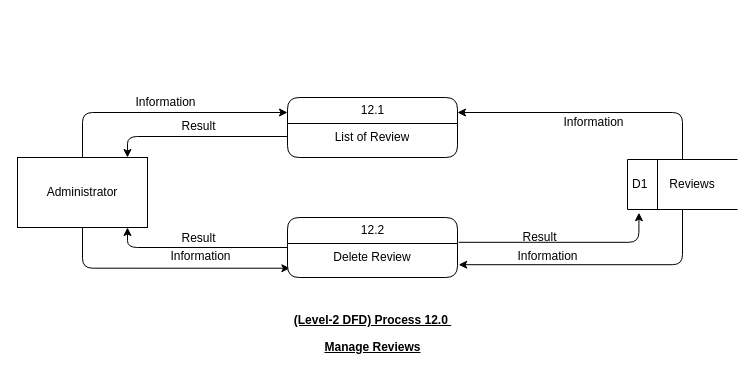
vanluong94/aptech-doccure keeps this draw.io diagram as page "12.0" (6 of 7) of resources/dfd/Admin/DFD-Admin.drawio. Above is the earlier version. Source tidied: cells renumbered, new cells numbered last; positions are measured from the earlier drawing's top-left corner, leaving out a move shared by most shapes. Both pictures are drawn from the tidied source at 100%, with x=0, y=0 at pixel (17, 97).
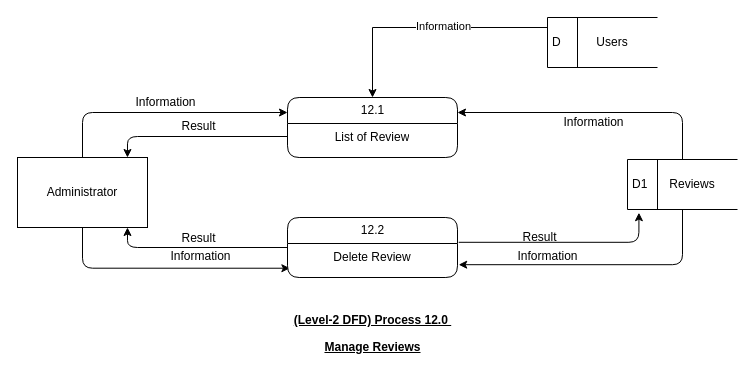
Above is the later version.

The change refers to these unchanged cells:
```xml
<mxCell id="4" value="12.1" style="swimlane;html=1;fontStyle=0;horizontal=1;startSize=26;swimlaneFillColor=#ffffff;align=center;shadow=0;comic=0;labelBackgroundColor=none;strokeWidth=1;fontFamily=Helvetica;fontSize=12;fontColor=#000000;rounded=1;" parent="1" vertex="1">
  <mxGeometry x="270" width="170" height="60" as="geometry" />
</mxCell>
```

The edit, as a diff of the source:
```diff
@@
+    <mxCell id="19" style="edgeStyle=orthogonalEdgeStyle;rounded=0;jettySize=auto;html=1;entryX=0.5;entryY=0;entryDx=0;entryDy=0;" parent="1" edge="1" source="21" target="4">
+      <mxGeometry relative="1" as="geometry">
+        <Array as="points">
+          <mxPoint x="355" y="-70" />
+        </Array>
+      </mxGeometry>
+    </mxCell>
+    <mxCell id="20" value="Information" style="edgeLabel;html=1;align=center;verticalAlign=middle;" parent="19" vertex="1">
+      <mxGeometry x="-0.14" y="-2" relative="1" as="geometry" />
+    </mxCell>
+    <mxCell id="21" value="D" style="html=1;dashed=0;whitespace=wrap;shape=mxgraph.dfd.dataStoreID;align=left;spacingLeft=3;points=[[0,0],[0.5,0],[1,0],[0,0.5],[1,0.5],[0,1],[0.5,1],[1,1]];fontFamily=Helvetica;fontSize=12;" parent="1" vertex="1">
+      <mxGeometry x="530" y="-80" width="110" height="50" as="geometry" />
+    </mxCell>
+    <mxCell id="22" value="Users" style="text;html=1;strokeColor=none;fillColor=none;align=center;verticalAlign=middle;whiteSpace=wrap;fontFamily=Helvetica;fontColor=#000000;fontSize=12;rounded=1;" parent="1" vertex="1">
+      <mxGeometry x="570" y="-65" width="50" height="20" as="geometry" />
+    </mxCell>
```
